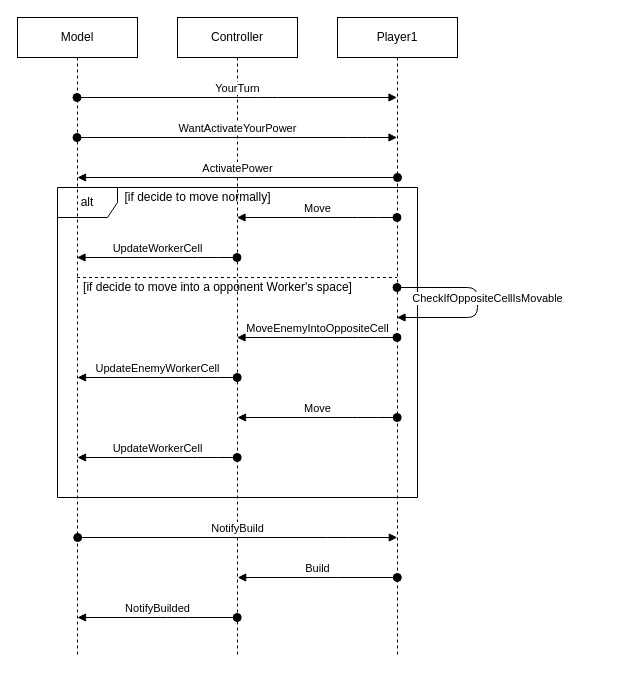
Before: page "Case_Minotaur" (9 of 11) of UML/newUML.drawio in matteovisotto/ing-sw-2020-Siriani-Stucchi-Visotto, a draw.io diagram. Source tidied: cells renumbered, new cells numbered last; positions are measured from the earlier drawing's top-left corner, leaving out a move shared by most shapes. Both pictures are drawn from the tidied source at 100%, with x=0, y=0 at pixel (17, 17).
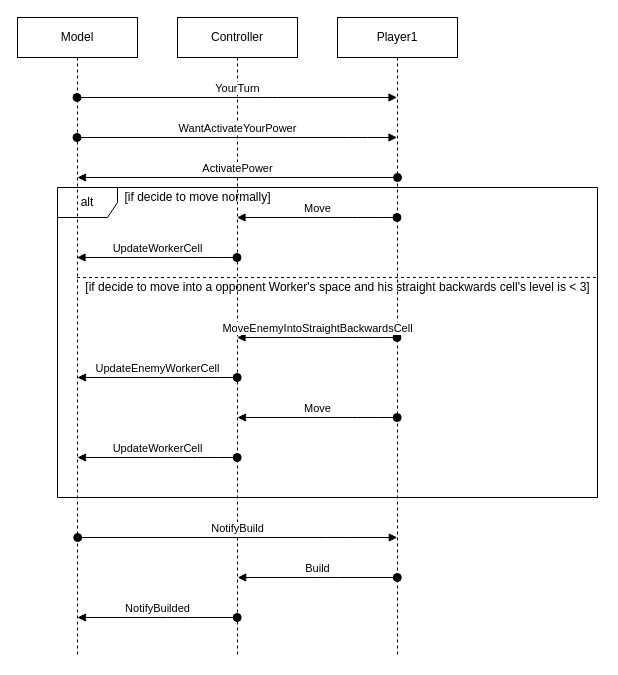
After the change.

The change refers to these unchanged cells:
```xml
<mxCell id="3" value="Model&lt;br&gt;" style="shape=umlLifeline;perimeter=lifelinePerimeter;whiteSpace=wrap;html=1;outlineConnect=0;" parent="1" vertex="1">
  <mxGeometry width="120" height="640" as="geometry" />
</mxCell>
<mxCell id="4" value="Player1" style="shape=umlLifeline;perimeter=lifelinePerimeter;whiteSpace=wrap;html=1;outlineConnect=0;" parent="1" vertex="1">
  <mxGeometry x="320" width="120" height="640" as="geometry" />
</mxCell>
<mxCell id="5" value="Controller" style="shape=umlLifeline;perimeter=lifelinePerimeter;whiteSpace=wrap;html=1;outlineConnect=0;" parent="1" vertex="1">
  <mxGeometry x="160" width="120" height="640" as="geometry" />
</mxCell>
```

Change to the diagram source:
```diff
@@
     <mxCell id="2" value="alt" style="shape=umlFrame;whiteSpace=wrap;html=1;" parent="1" vertex="1">
-      <mxGeometry x="40" y="170" width="360" height="310" as="geometry" />
+      <mxGeometry x="40" y="170" width="540" height="310" as="geometry" />
     </mxCell>
@@
-    <mxCell id="12" style="endArrow=none;dashed=1;html=1;" parent="1" edge="1" source="3" target="4">
+    <mxCell id="12" style="endArrow=none;dashed=1;html=1;entryX=1.002;entryY=0.29;entryDx=0;entryDy=0;entryPerimeter=0;" parent="1" edge="1" source="3" target="2">
       <mxGeometry relative="1" as="geometry">
         <Array as="points">
           <mxPoint x="160" y="260" />
         </Array>
       </mxGeometry>
     </mxCell>
-    <mxCell id="13" value="[if decide to move into a opponent Worker's space]" style="text;html=1;align=center;verticalAlign=middle;" parent="1" vertex="1">
-      <mxGeometry x="60" y="260" width="280" height="20" as="geometry" />
+    <mxCell id="13" value="[if decide to move into a opponent Worker's space and his straight backwards cell's level is &amp;lt; 3]" style="text;html=1;align=center;verticalAlign=middle;" parent="1" vertex="1">
+      <mxGeometry x="60" y="260" width="520" height="20" as="geometry" />
     </mxCell>
-    <mxCell id="14" value="CheckIfOppositeCellIsMovable" style="html=1;verticalAlign=bottom;startArrow=oval;startFill=1;endArrow=block;startSize=8;" parent="1" edge="1" source="4" target="4">
-      <mxGeometry x="0.16" y="-14" relative="1" as="geometry">
-        <Array as="points">
-          <mxPoint x="460" y="270" />
-          <mxPoint x="460" y="300" />
-        </Array>
-        <mxPoint x="10" y="4" as="offset" />
-      </mxGeometry>
-    </mxCell>
-    <mxCell id="15" value="MoveEnemyIntoOppositeCell" style="html=1;verticalAlign=bottom;startArrow=oval;startFill=1;endArrow=block;startSize=8;" parent="1" edge="1" source="4" target="5">
+    <mxCell id="15" value="MoveEnemyIntoStraightBackwardsCell" style="html=1;verticalAlign=bottom;startArrow=oval;startFill=1;endArrow=block;startSize=8;" parent="1" edge="1" source="4" target="5">
       <mxGeometry relative="1" as="geometry">
         <Array as="points">
           <mxPoint x="350" y="320" />
         </Array>
       </mxGeometry>
     </mxCell>
```
